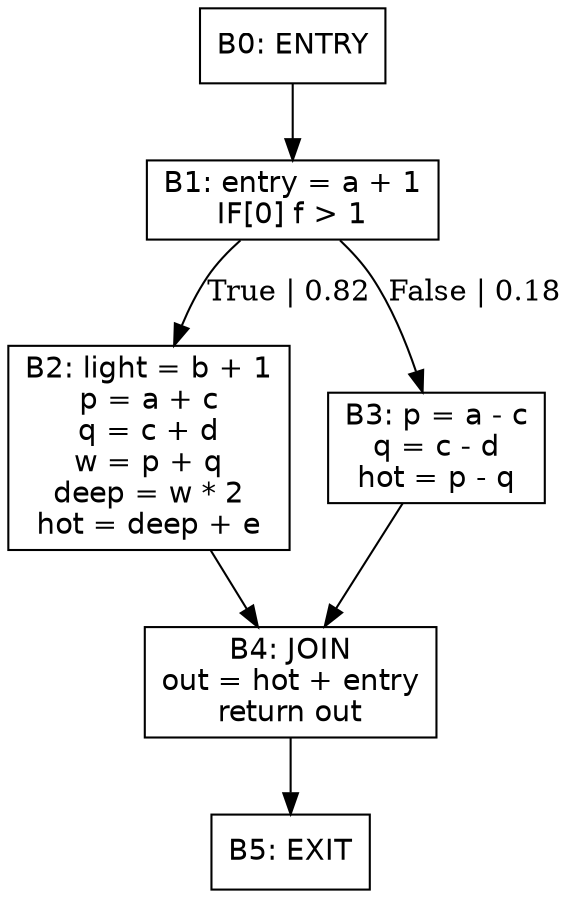
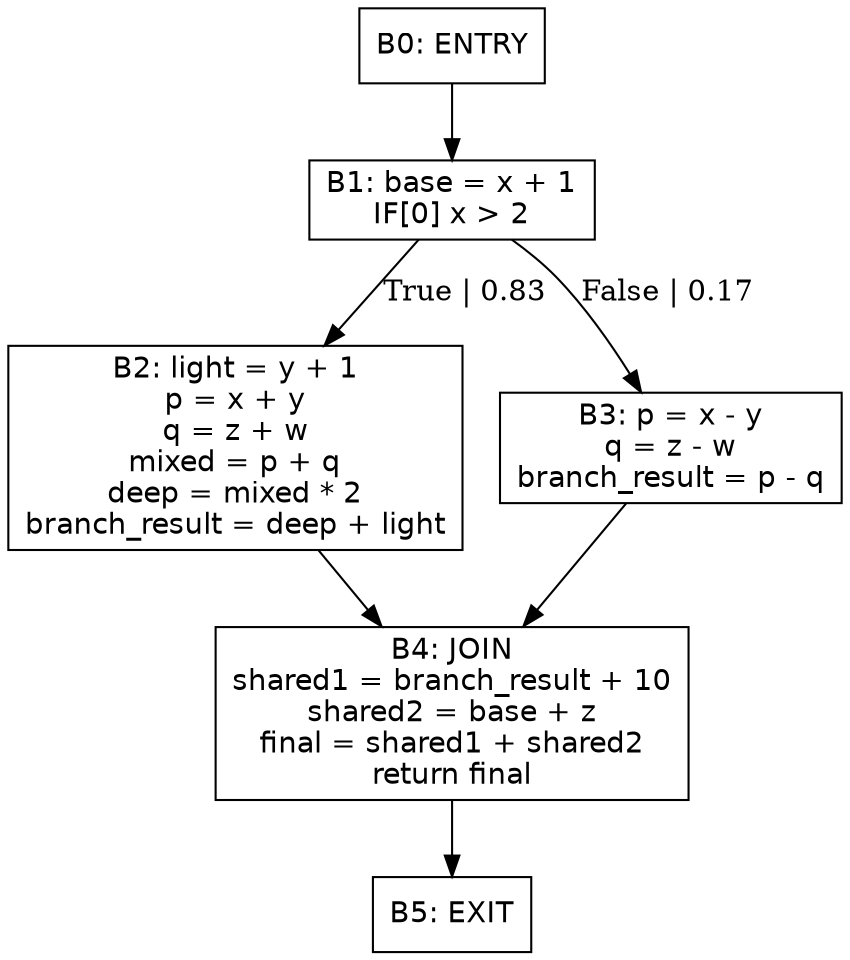
digraph CFG {
  rankdir=TB;
  node [shape=box, fontname=Helvetica];
  B0 [label="B0: ENTRY"];
-   B1 [label="B1: entry = a + 1\nIF[0] f > 1"];
-   B2 [label="B2: light = b + 1\np = a + c\nq = c + d\nw = p + q\ndeep = w * 2\nhot = deep + e"];
-   B3 [label="B3: p = a - c\nq = c - d\nhot = p - q"];
-   B4 [label="B4: JOIN\nout = hot + entry\nreturn out"];
+   B1 [label="B1: base = x + 1\nIF[0] x > 2"];
+   B2 [label="B2: light = y + 1\np = x + y\nq = z + w\nmixed = p + q\ndeep = mixed * 2\nbranch_result = deep + light"];
+   B3 [label="B3: p = x - y\nq = z - w\nbranch_result = p - q"];
+   B4 [label="B4: JOIN\nshared1 = branch_result + 10\nshared2 = base + z\nfinal = shared1 + shared2\nreturn final"];
  B5 [label="B5: EXIT"];
  B0 -> B1;
-   B1 -> B2 [label="True | 0.82"];
-   B1 -> B3 [label="False | 0.18"];
+   B1 -> B2 [label="True | 0.83"];
+   B1 -> B3 [label="False | 0.17"];
  B2 -> B4;
  B3 -> B4;
  B4 -> B5;
}